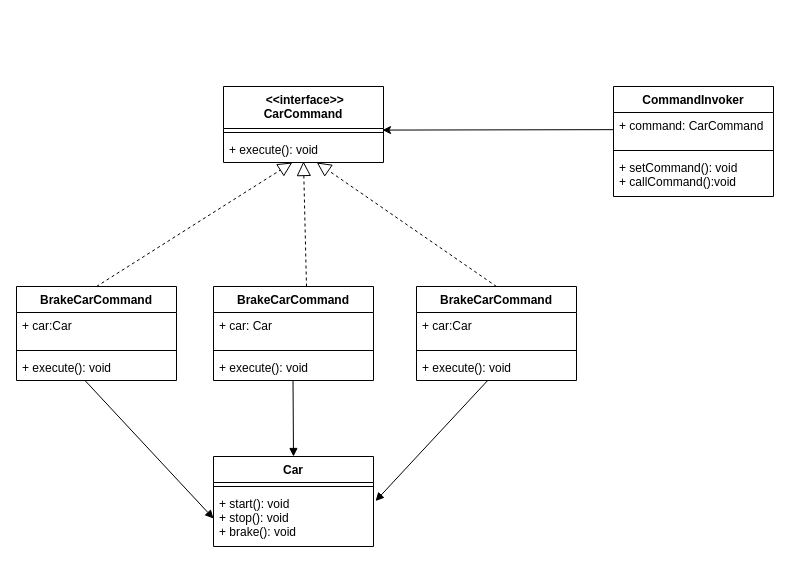
Above: design-pattern/src/main/resources/command.drawio in Jackson-zhanganbing/spring-test (draw.io), before the change. Source tidied: cells renumbered, new cells numbered last; positions are measured from the earlier drawing's top-left corner, leaving out a move shared by most shapes. Both pictures are drawn from the tidied source at 100%, with x=0, y=0 at pixel (16, 16).
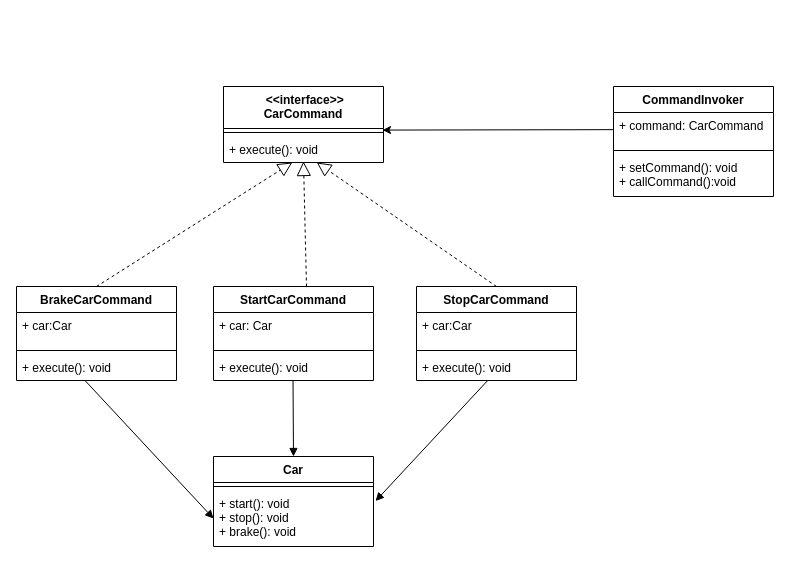
After the change.

Diff of the diagram source:
```diff
@@
-    <mxCell id="12" value="BrakeCarCommand" style="swimlane;fontStyle=1;align=center;verticalAlign=top;horizontal=1;startSize=26;" parent="1" vertex="1">
+    <mxCell id="12" value="StartCarCommand" style="swimlane;fontStyle=1;align=center;verticalAlign=top;horizontal=1;startSize=26;" parent="1" vertex="1">
       <mxGeometry x="197" y="270" width="160" height="94" as="geometry" />
     </mxCell>
@@
-    <mxCell id="16" value="BrakeCarCommand" style="swimlane;fontStyle=1;align=center;verticalAlign=top;horizontal=1;startSize=26;" parent="1" vertex="1">
+    <mxCell id="16" value="StopCarCommand" style="swimlane;fontStyle=1;align=center;verticalAlign=top;horizontal=1;startSize=26;" parent="1" vertex="1">
       <mxGeometry x="400" y="270" width="160" height="94" as="geometry" />
     </mxCell>
```
